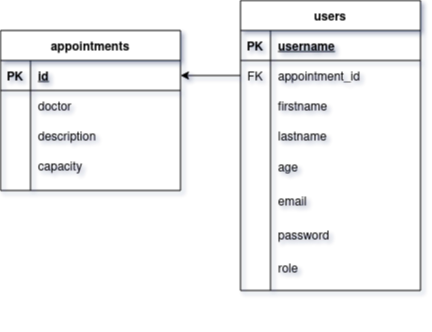
This is docs/diagrams/db.png from kevindoubleu/COMPFEST-Hospital, a draw.io export, as it was before one commit. Source tidied: cells renumbered, new cells last; positions are measured from the earlier drawing's top-left corner, leaving out a move shared by most shapes. Its diagram source:
```xml
<mxGraphModel>
  <root>
    <mxCell id="0" />
    <mxCell id="1" parent="0" />
    <mxCell id="2" value="appointments" style="shape=table;startSize=30;rowLines=0;fontStyle=1;align=center;" parent="1" vertex="1">
      <mxGeometry y="30" width="180" height="160" as="geometry" />
    </mxCell>
    <mxCell id="3" style="shape=partialRectangle;fillColor=none;top=0;left=0;bottom=1;right=0;points=[[0,0.5],[1,0.5]];portConstraint=eastwest;" parent="2" vertex="1">
      <mxGeometry y="30" width="180" height="30" as="geometry" />
    </mxCell>
    <mxCell id="4" value="PK" style="shape=partialRectangle;fillColor=none;top=0;left=0;bottom=0;right=0;fontStyle=1;overflow=hidden;" parent="3" vertex="1">
      <mxGeometry width="30" height="30" as="geometry" />
    </mxCell>
    <mxCell id="5" value="id" style="shape=partialRectangle;fillColor=none;top=0;left=0;bottom=0;right=0;align=left;spacingLeft=6;fontStyle=5;overflow=hidden;" parent="3" vertex="1">
      <mxGeometry x="30" width="150" height="30" as="geometry" />
    </mxCell>
    <mxCell id="6" style="shape=partialRectangle;fillColor=none;top=0;left=0;bottom=0;right=0;" parent="2" vertex="1">
      <mxGeometry y="60" width="180" height="30" as="geometry" />
    </mxCell>
    <mxCell id="7" style="shape=partialRectangle;fillColor=none;top=0;left=0;bottom=0;right=0;overflow=hidden;" parent="6" vertex="1">
      <mxGeometry width="30" height="30" as="geometry" />
    </mxCell>
    <mxCell id="8" value="doctor" style="shape=partialRectangle;fillColor=none;top=0;left=0;bottom=0;right=0;align=left;spacingLeft=6;overflow=hidden;" parent="6" vertex="1">
      <mxGeometry x="30" width="150" height="30" as="geometry" />
    </mxCell>
    <mxCell id="9" style="shape=partialRectangle;fillColor=none;top=0;left=0;bottom=0;right=0;" parent="2" vertex="1">
      <mxGeometry y="90" width="180" height="30" as="geometry" />
    </mxCell>
    <mxCell id="10" style="shape=partialRectangle;fillColor=none;top=0;left=0;bottom=0;right=0;overflow=hidden;" parent="9" vertex="1">
      <mxGeometry width="30" height="30" as="geometry" />
    </mxCell>
    <mxCell id="11" value="description" style="shape=partialRectangle;fillColor=none;top=0;left=0;bottom=0;right=0;align=left;spacingLeft=6;overflow=hidden;" parent="9" vertex="1">
      <mxGeometry x="30" width="150" height="30" as="geometry" />
    </mxCell>
    <mxCell id="12" style="shape=partialRectangle;fillColor=none;top=0;left=0;bottom=0;right=0;" parent="2" vertex="1">
      <mxGeometry y="120" width="180" height="30" as="geometry" />
    </mxCell>
    <mxCell id="13" style="shape=partialRectangle;fillColor=none;top=0;left=0;bottom=0;right=0;overflow=hidden;" parent="12" vertex="1">
      <mxGeometry width="30" height="30" as="geometry" />
    </mxCell>
    <mxCell id="14" value="capacity" style="shape=partialRectangle;fillColor=none;top=0;left=0;bottom=0;right=0;align=left;spacingLeft=6;overflow=hidden;" parent="12" vertex="1">
      <mxGeometry x="30" width="150" height="30" as="geometry" />
    </mxCell>
    <mxCell id="15" style="group;" parent="1" vertex="1">
      <mxGeometry x="240" width="180" height="320" as="geometry" />
    </mxCell>
    <mxCell id="16" value="users" style="shape=table;startSize=30;rowLines=0;fontStyle=1;align=center;" parent="15" vertex="1">
      <mxGeometry width="180" height="290" as="geometry" />
    </mxCell>
    <mxCell id="17" style="shape=partialRectangle;fillColor=none;top=0;left=0;bottom=1;right=0;" parent="16" vertex="1">
      <mxGeometry y="30" width="180" height="30" as="geometry" />
    </mxCell>
    <mxCell id="18" value="PK" style="shape=partialRectangle;fillColor=none;top=0;left=0;bottom=0;right=0;fontStyle=1;overflow=hidden;" parent="17" vertex="1">
      <mxGeometry width="30" height="30" as="geometry" />
    </mxCell>
    <mxCell id="19" value="username" style="shape=partialRectangle;fillColor=none;top=0;left=0;bottom=0;right=0;align=left;spacingLeft=6;fontStyle=5;overflow=hidden;" parent="17" vertex="1">
      <mxGeometry x="30" width="150" height="30" as="geometry" />
    </mxCell>
    <mxCell id="20" style="shape=partialRectangle;fillColor=none;top=0;left=0;bottom=0;right=0;points=[[0,0.5],[1,0.5]];portConstraint=eastwest;" parent="16" vertex="1">
      <mxGeometry y="60" width="180" height="30" as="geometry" />
    </mxCell>
    <mxCell id="21" value="FK" style="shape=partialRectangle;fillColor=none;top=0;left=0;bottom=0;right=0;overflow=hidden;" parent="20" vertex="1">
      <mxGeometry width="30" height="30" as="geometry" />
    </mxCell>
    <mxCell id="22" value="appointment_id" style="shape=partialRectangle;fillColor=none;top=0;left=0;bottom=0;right=0;align=left;spacingLeft=6;overflow=hidden;" parent="20" vertex="1">
      <mxGeometry x="30" width="150" height="30" as="geometry" />
    </mxCell>
    <mxCell id="23" style="shape=partialRectangle;fillColor=none;top=0;left=0;bottom=0;right=0;" parent="16" vertex="1">
      <mxGeometry y="90" width="180" height="30" as="geometry" />
    </mxCell>
    <mxCell id="24" style="shape=partialRectangle;fillColor=none;top=0;left=0;bottom=0;right=0;overflow=hidden;" parent="23" vertex="1">
      <mxGeometry width="30" height="30" as="geometry" />
    </mxCell>
    <mxCell id="25" value="firstname" style="shape=partialRectangle;fillColor=none;top=0;left=0;bottom=0;right=0;align=left;spacingLeft=6;overflow=hidden;" parent="23" vertex="1">
      <mxGeometry x="30" width="150" height="30" as="geometry" />
    </mxCell>
    <mxCell id="26" style="shape=partialRectangle;fillColor=none;top=0;left=0;bottom=0;right=0;" parent="16" vertex="1">
      <mxGeometry y="120" width="180" height="30" as="geometry" />
    </mxCell>
    <mxCell id="27" style="shape=partialRectangle;fillColor=none;top=0;left=0;bottom=0;right=0;overflow=hidden;" parent="26" vertex="1">
      <mxGeometry width="30" height="30" as="geometry" />
    </mxCell>
    <mxCell id="28" value="lastname" style="shape=partialRectangle;fillColor=none;top=0;left=0;bottom=0;right=0;align=left;spacingLeft=6;overflow=hidden;" parent="26" vertex="1">
      <mxGeometry x="30" width="150" height="30" as="geometry" />
    </mxCell>
    <mxCell id="29" value="age" style="shape=partialRectangle;fillColor=none;top=0;left=0;bottom=0;right=0;align=left;spacingLeft=6;overflow=hidden;" parent="15" vertex="1">
      <mxGeometry x="30" y="150" width="150" height="33.6" as="geometry" />
    </mxCell>
    <mxCell id="30" value="email" style="shape=partialRectangle;fillColor=none;top=0;left=0;bottom=0;right=0;align=left;spacingLeft=6;overflow=hidden;" parent="15" vertex="1">
      <mxGeometry x="30" y="183.6" width="150" height="33.6" as="geometry" />
    </mxCell>
    <mxCell id="31" value="password" style="shape=partialRectangle;fillColor=none;top=0;left=0;bottom=0;right=0;align=left;spacingLeft=6;overflow=hidden;" parent="15" vertex="1">
      <mxGeometry x="30" y="217.2" width="150" height="33.6" as="geometry" />
    </mxCell>
    <mxCell id="32" value="role" style="shape=partialRectangle;fillColor=none;top=0;left=0;bottom=0;right=0;align=left;spacingLeft=6;overflow=hidden;" parent="15" vertex="1">
      <mxGeometry x="30" y="250.8" width="150" height="33.6" as="geometry" />
    </mxCell>
    <mxCell id="33" style="edgeStyle=orthogonalEdgeStyle;rounded=0;jettySize=auto;html=1;entryX=1;entryY=0.5;entryDx=0;entryDy=0;" parent="1" edge="1" source="20" target="3">
      <mxGeometry relative="1" as="geometry" />
    </mxCell>
  </root>
</mxGraphModel>
```
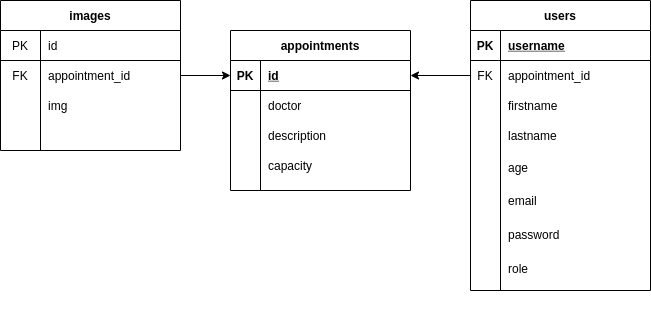
The same diagram one commit later.

Diff of the diagram source:
```diff
@@ -98,5 +98,38 @@
     <mxCell id="33" style="edgeStyle=orthogonalEdgeStyle;rounded=0;jettySize=auto;html=1;entryX=1;entryY=0.5;entryDx=0;entryDy=0;" parent="1" edge="1" source="20" target="3">
       <mxGeometry relative="1" as="geometry" />
     </mxCell>
+    <mxCell id="34" value="images" style="shape=table;html=1;whiteSpace=wrap;startSize=30;rowLines=0;fontStyle=1;align=center;" parent="1" vertex="1">
+      <mxGeometry x="-230" width="180" height="150" as="geometry" />
+    </mxCell>
+    <mxCell id="35" style="shape=partialRectangle;html=1;whiteSpace=wrap;fillColor=none;top=0;left=0;bottom=1;right=0;" parent="34" vertex="1">
+      <mxGeometry y="30" width="180" height="30" as="geometry" />
+    </mxCell>
+    <mxCell id="36" value="PK" style="shape=partialRectangle;html=1;whiteSpace=wrap;fillColor=none;top=0;left=0;bottom=0;right=0;overflow=hidden;" parent="35" vertex="1">
+      <mxGeometry width="40" height="30" as="geometry" />
+    </mxCell>
+    <mxCell id="37" value="id" style="shape=partialRectangle;html=1;whiteSpace=wrap;fillColor=none;top=0;left=0;bottom=0;right=0;align=left;spacingLeft=6;overflow=hidden;" parent="35" vertex="1">
+      <mxGeometry x="40" width="140" height="30" as="geometry" />
+    </mxCell>
+    <mxCell id="38" style="shape=partialRectangle;html=1;whiteSpace=wrap;fillColor=none;top=0;left=0;bottom=0;right=0;points=[[0,0.5],[1,0.5]];portConstraint=eastwest;" parent="34" vertex="1">
+      <mxGeometry y="60" width="180" height="30" as="geometry" />
+    </mxCell>
+    <mxCell id="39" value="FK" style="shape=partialRectangle;html=1;whiteSpace=wrap;fillColor=none;top=0;left=0;bottom=0;right=0;overflow=hidden;" parent="38" vertex="1">
+      <mxGeometry width="40" height="30" as="geometry" />
+    </mxCell>
+    <mxCell id="40" value="appointment_id" style="shape=partialRectangle;html=1;whiteSpace=wrap;fillColor=none;top=0;left=0;bottom=0;right=0;align=left;spacingLeft=6;overflow=hidden;" parent="38" vertex="1">
+      <mxGeometry x="40" width="140" height="30" as="geometry" />
+    </mxCell>
+    <mxCell id="41" style="shape=partialRectangle;html=1;whiteSpace=wrap;fillColor=none;top=0;left=0;bottom=0;right=0;" parent="34" vertex="1">
+      <mxGeometry y="90" width="180" height="30" as="geometry" />
+    </mxCell>
+    <mxCell id="42" style="shape=partialRectangle;html=1;whiteSpace=wrap;fillColor=none;top=0;left=0;bottom=0;right=0;overflow=hidden;" parent="41" vertex="1">
+      <mxGeometry width="40" height="30" as="geometry" />
+    </mxCell>
+    <mxCell id="43" value="img" style="shape=partialRectangle;html=1;whiteSpace=wrap;fillColor=none;top=0;left=0;bottom=0;right=0;align=left;spacingLeft=6;overflow=hidden;" parent="41" vertex="1">
+      <mxGeometry x="40" width="140" height="30" as="geometry" />
+    </mxCell>
+    <mxCell id="44" style="edgeStyle=orthogonalEdgeStyle;rounded=0;jettySize=auto;html=1;entryX=0;entryY=0.5;entryDx=0;entryDy=0;" parent="1" edge="1" source="38" target="3">
+      <mxGeometry relative="1" as="geometry" />
+    </mxCell>
   </root>
 </mxGraphModel>
```
